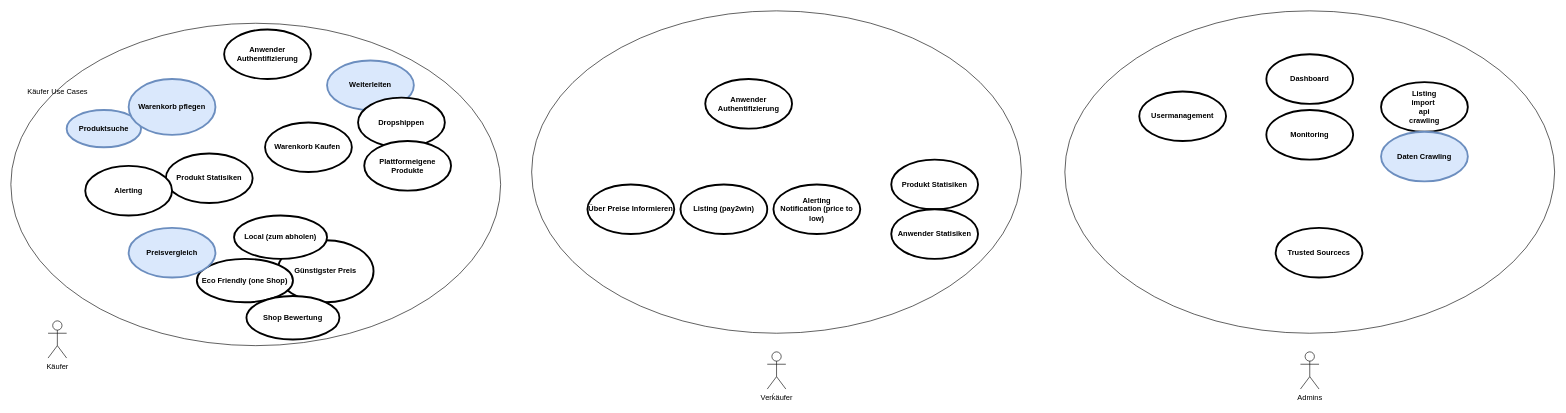
Earlier version of the draw.io diagram page "Usecases" (2 of 9) of diagrams.drawio (placom/docs). Source tidied: cells renumbered, new cells numbered last; positions are measured from the earlier drawing's top-left corner, leaving out a move shared by most shapes. Both pictures are drawn from the tidied source at 62%, with x=0, y=0 at pixel (11, 11).
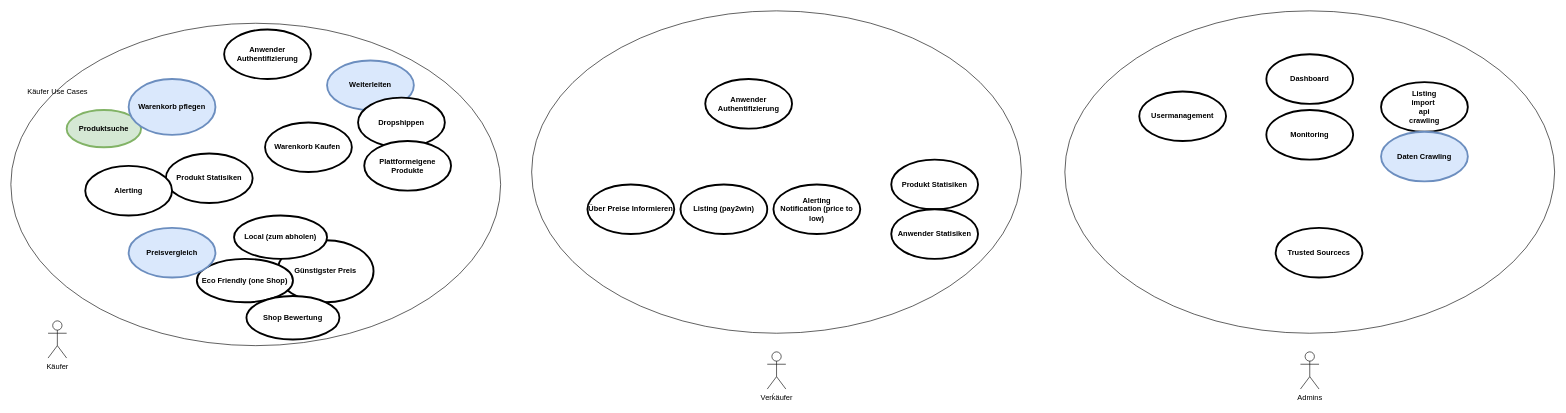
The same diagram, later.

What changed in the source:
```diff
@@
-    <mxCell id="6" value="Produktsuche" style="shape=ellipse;html=1;strokeWidth=3;fontStyle=1;whiteSpace=wrap;align=center;perimeter=ellipsePerimeter;fillColor=#dae8fc;strokeColor=#6c8ebf;" parent="1" vertex="1">
+    <mxCell id="6" value="Produktsuche" style="shape=ellipse;html=1;strokeWidth=3;fontStyle=1;whiteSpace=wrap;align=center;perimeter=ellipsePerimeter;fillColor=#d5e8d4;strokeColor=#82b366;" parent="1" vertex="1">
       <mxGeometry x="90" y="160" width="120" height="60" as="geometry" />
     </mxCell>
```
